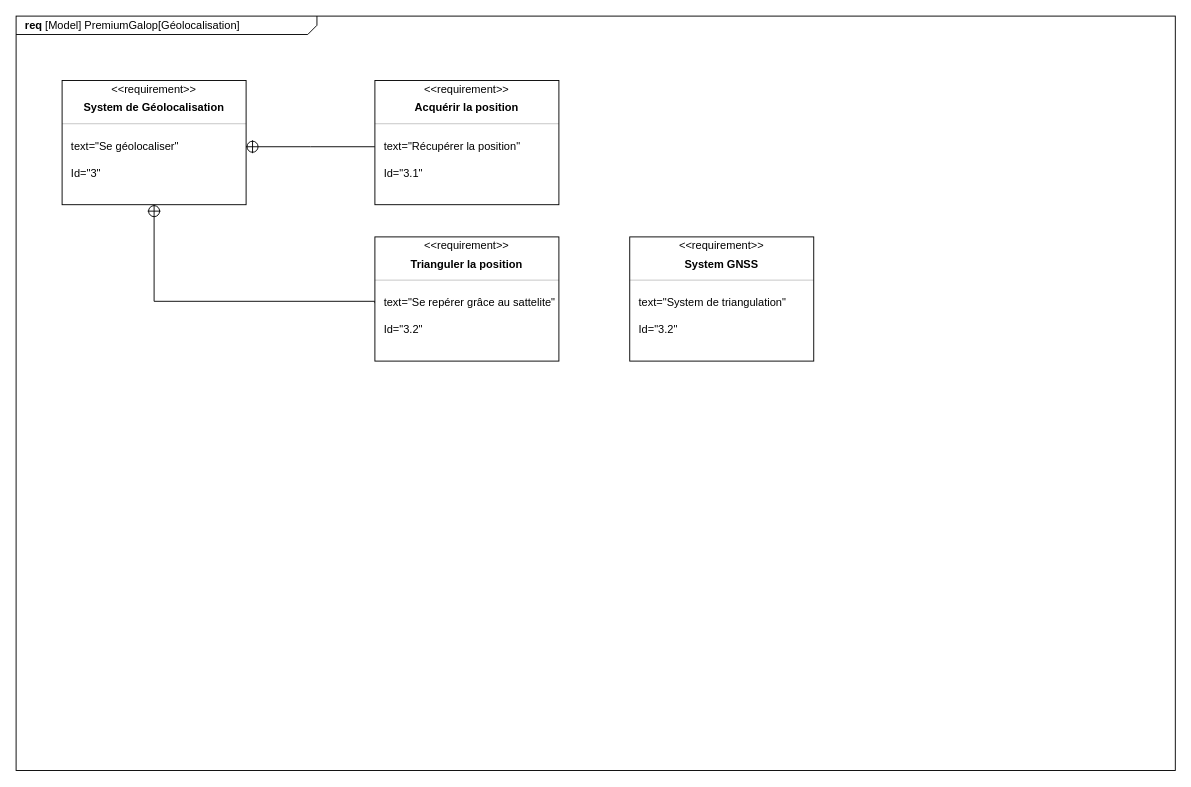
Earlier version of the draw.io diagram SYSML/Requirement/D-requiremment_géolocalisation-T1.drawio (ToGen49/Hippodrome). Source tidied: cells renumbered, new cells numbered last; positions are measured from the earlier drawing's top-left corner, leaving out a move shared by most shapes. Both pictures are drawn from the tidied source at 92%, with x=0, y=0 at pixel (16, 16).
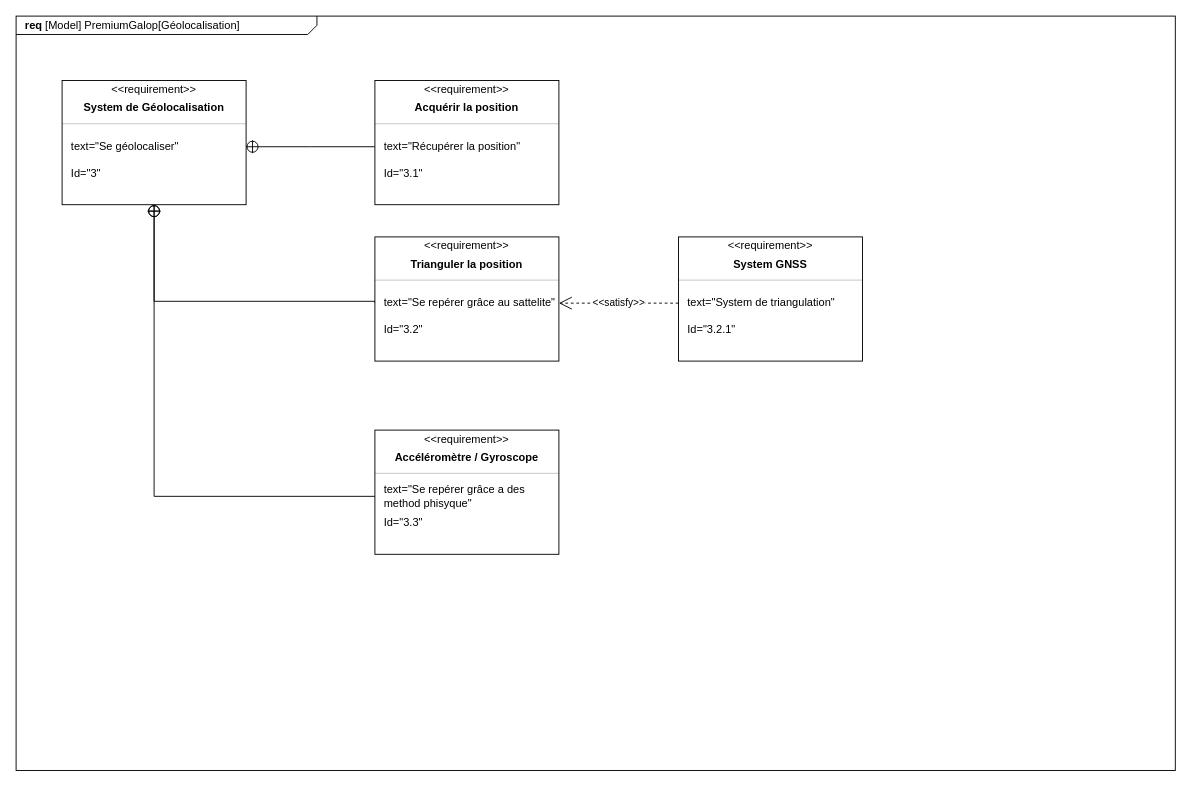
After the change.

Commit message (it also covers changes not shown here):
Mettre à jour D-requiremment_géolocalisation-T1.drawio

Unchanged cells that the change refers to:
```xml
<mxCell id="9" style="html=1;align=center;spacing=0;verticalAlign=middle;strokeColor=none;fillColor=none;whiteSpace=wrap;" parent="3" vertex="1">
  <mxGeometry y="109" width="200" height="26" as="geometry" />
</mxCell>
<mxCell id="23" value="text=&quot;Se repérer grâce au sattelite&quot;" style="html=1;align=left;spacing=0;verticalAlign=middle;strokeColor=none;fillColor=none;whiteSpace=wrap;spacingLeft=10;" parent="19" vertex="1">
  <mxGeometry y="51" width="200" height="42" as="geometry" />
</mxCell>
<mxCell id="30" value="text=&quot;System de triangulation&quot;" style="html=1;align=left;spacing=0;verticalAlign=middle;strokeColor=none;fillColor=none;whiteSpace=wrap;spacingLeft=10;" parent="26" vertex="1">
  <mxGeometry y="51" width="200" height="42" as="geometry" />
</mxCell>
```

Diff of the diagram source:
```diff
@@
     <mxCell id="26" style="fontStyle=1;align=center;verticalAlign=middle;horizontal=1;" parent="1" vertex="1">
-      <mxGeometry x="667" y="240" width="200" height="135" as="geometry" />
+      <mxGeometry x="720" y="240" width="200" height="135" as="geometry" />
     </mxCell>
@@
-    <mxCell id="31" value="Id=&quot;3.2&lt;span style=&quot;background-color: transparent; color: light-dark(rgb(0, 0, 0), rgb(255, 255, 255));&quot;&gt;&quot;&lt;/span&gt;" style="html=1;align=left;spacing=0;verticalAlign=middle;strokeColor=none;fillColor=none;whiteSpace=wrap;spacingLeft=10;" parent="26" vertex="1">
+    <mxCell id="31" value="Id=&quot;3.2.1&lt;span style=&quot;background-color: transparent; color: light-dark(rgb(0, 0, 0), rgb(255, 255, 255));&quot;&gt;&quot;&lt;/span&gt;" style="html=1;align=left;spacing=0;verticalAlign=middle;strokeColor=none;fillColor=none;whiteSpace=wrap;spacingLeft=10;" parent="26" vertex="1">
       <mxGeometry y="93" width="200" height="16" as="geometry" />
     </mxCell>
@@
+    <mxCell id="33" style="fontStyle=1;align=center;verticalAlign=middle;horizontal=1;" parent="1" vertex="1">
+      <mxGeometry x="390" y="450" width="200" height="135" as="geometry" />
+    </mxCell>
+    <mxCell id="34" value="&amp;lt;&amp;lt;requirement&amp;gt;&amp;gt;" style="html=1;align=center;spacing=0;verticalAlign=middle;strokeColor=none;fillColor=none;whiteSpace=wrap;spacingTop=3;" parent="33" vertex="1">
+      <mxGeometry width="200" height="16" as="geometry" />
+    </mxCell>
+    <mxCell id="35" value="Accéléromètre / Gyroscope" style="html=1;align=center;spacing=0;verticalAlign=middle;strokeColor=none;fillColor=none;whiteSpace=wrap;fontStyle=1;" parent="33" vertex="1">
+      <mxGeometry y="16" width="200" height="27" as="geometry" />
+    </mxCell>
+    <mxCell id="36" style="line;strokeWidth=0.25;fillColor=none;align=left;verticalAlign=middle;spacingTop=-1;spacingLeft=3;spacingRight=3;labelPosition=right;" parent="33" vertex="1">
+      <mxGeometry y="43" width="200" height="8" as="geometry" />
+    </mxCell>
+    <mxCell id="37" value="text=&quot;Se repérer grâce a des method phisyque&quot;" style="html=1;align=left;spacing=0;verticalAlign=middle;strokeColor=none;fillColor=none;whiteSpace=wrap;spacingLeft=10;" parent="33" vertex="1">
+      <mxGeometry y="51" width="200" height="42" as="geometry" />
+    </mxCell>
+    <mxCell id="38" value="Id=&quot;3.3&lt;span style=&quot;background-color: transparent; color: light-dark(rgb(0, 0, 0), rgb(255, 255, 255));&quot;&gt;&quot;&lt;/span&gt;" style="html=1;align=left;spacing=0;verticalAlign=middle;strokeColor=none;fillColor=none;whiteSpace=wrap;spacingLeft=10;" parent="33" vertex="1">
+      <mxGeometry y="93" width="200" height="16" as="geometry" />
+    </mxCell>
+    <mxCell id="39" style="html=1;align=center;spacing=0;verticalAlign=middle;strokeColor=none;fillColor=none;whiteSpace=wrap;" parent="33" vertex="1">
+      <mxGeometry y="109" width="200" height="26" as="geometry" />
+    </mxCell>
+    <mxCell id="40" style="rounded=0;html=1;labelBackgroundColor=none;endArrow=none;edgeStyle=elbowEdgeStyle;elbow=vertical;startArrow=sysMLPackCont;startSize=12;exitX=0.5;exitY=1;exitDx=0;exitDy=0;entryX=0;entryY=0.5;entryDx=0;entryDy=0;" parent="1" edge="1" source="9" target="37">
+      <mxGeometry relative="1" as="geometry">
+        <Array as="points">
+          <mxPoint x="270" y="522" />
+        </Array>
+      </mxGeometry>
+    </mxCell>
+    <mxCell id="41" value="&amp;lt;&amp;lt;satisfy&amp;gt;&amp;gt;" style="endArrow=open;edgeStyle=none;endSize=12;dashed=1;html=1;rounded=0;entryX=1;entryY=0.5;entryDx=0;entryDy=0;exitX=0;exitY=0.5;exitDx=0;exitDy=0;" parent="1" edge="1" source="30" target="23">
+      <mxGeometry relative="1" as="geometry" />
+    </mxCell>
```
